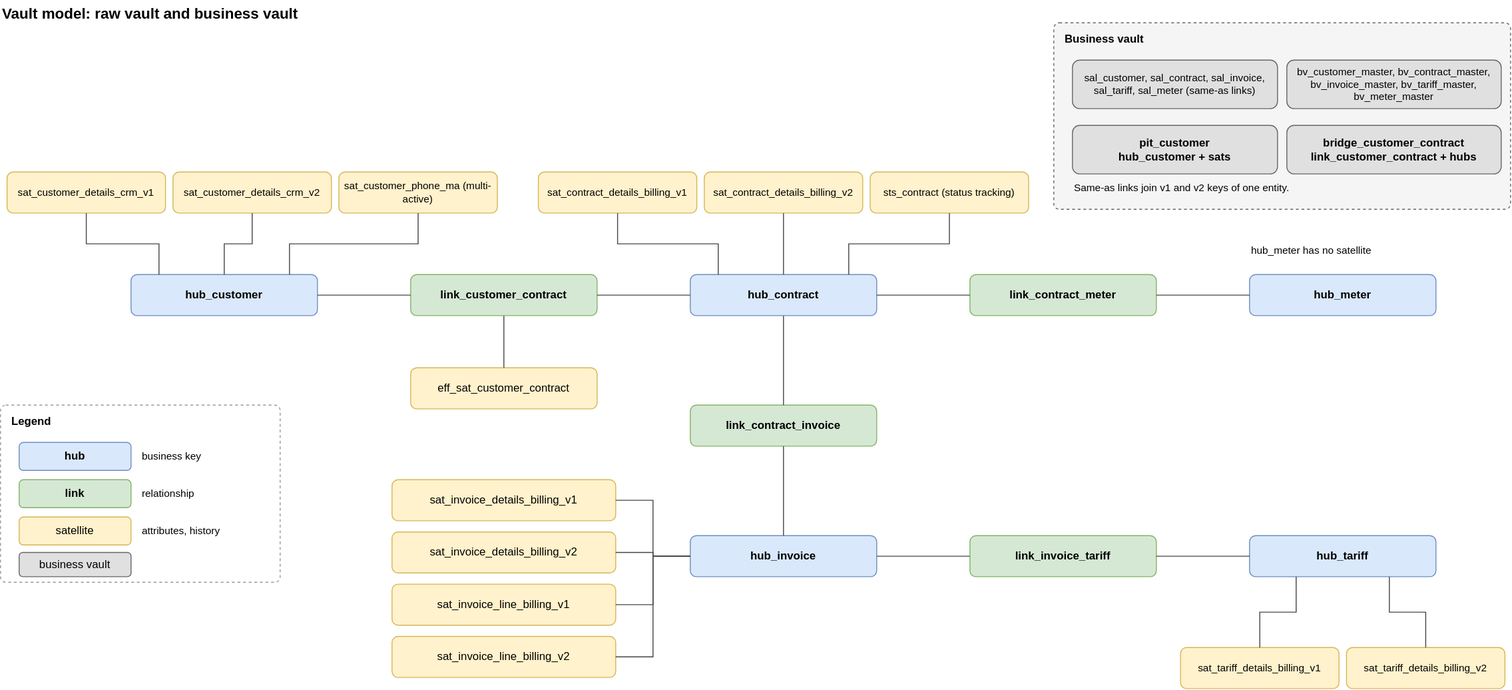
This is docs/architecture-vault-model.drawio.svg from aglivin/vault-lakehouse-migration, a draw.io export, as it was before one commit. Source tidied: cells renumbered, new cells last; positions are measured from the earlier drawing's top-left corner, leaving out a move shared by most shapes.
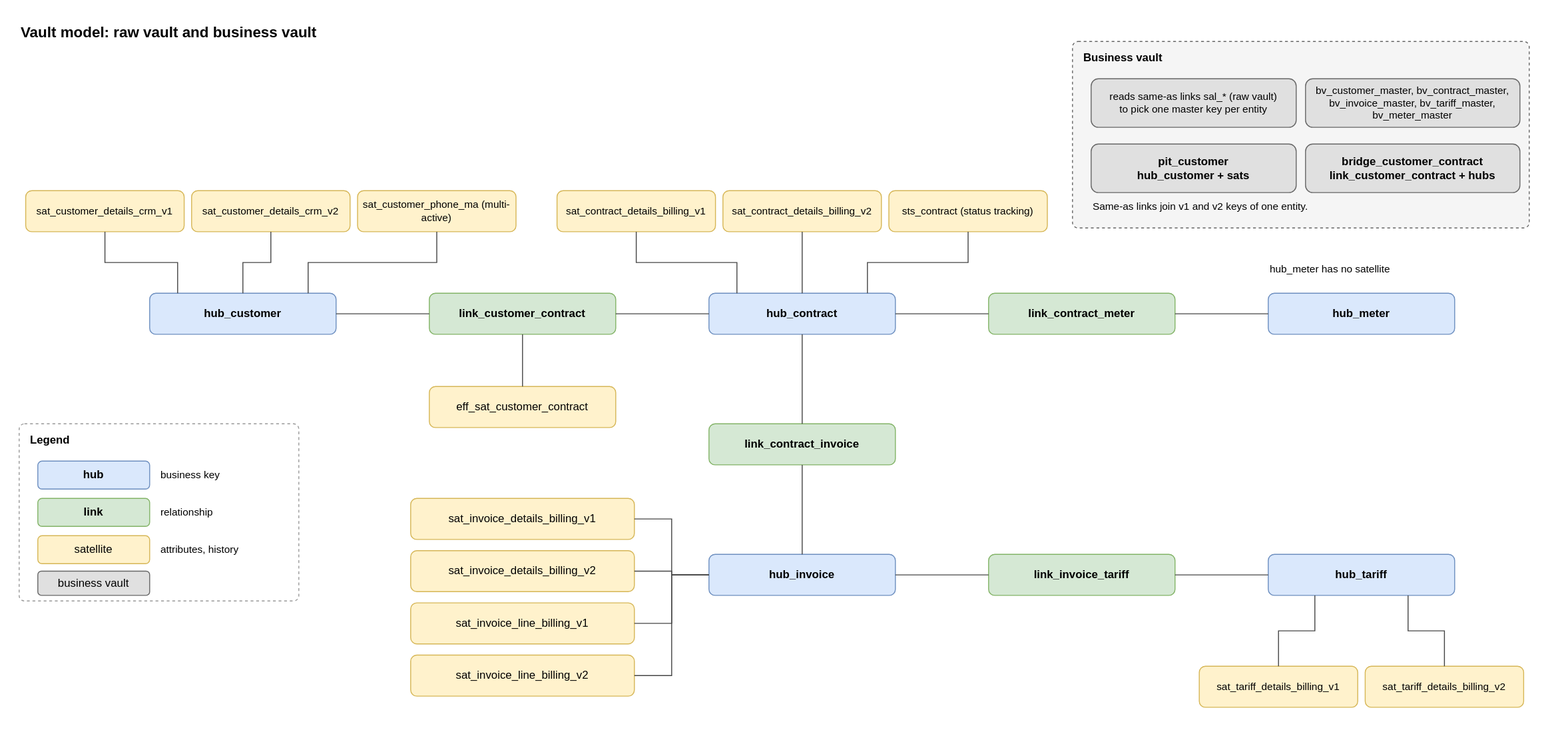
After the change.

Commit message:
docs: draw.io vault and timeline diagrams, two-row data flow

What changed in the source:
```diff
@@ -140,7 +140,7 @@
     <mxCell id="47" value="Business vault" style="rounded=1;whiteSpace=wrap;html=1;fontFamily=Helvetica;fontSize=12;fillColor=#f5f5f5;strokeColor=#666666;verticalAlign=top;align=left;spacingLeft=10;spacingTop=4;fontStyle=1;arcSize=3;dashed=1;" parent="1" vertex="1">
       <mxGeometry x="1130" y="24" width="490" height="200" as="geometry" />
     </mxCell>
-    <mxCell id="48" value="sal_customer, sal_contract, sal_invoice,&lt;br&gt;sal_tariff, sal_meter (same-as links)" style="rounded=1;whiteSpace=wrap;html=1;fontFamily=Helvetica;fontSize=12;fillColor=#e0e0e0;strokeColor=#666666;fontSize=11;" parent="1" vertex="1">
+    <mxCell id="48" value="reads same-as links sal_* (raw vault)&lt;br&gt;to pick one master key per entity" style="rounded=1;whiteSpace=wrap;html=1;fontFamily=Helvetica;fontSize=12;fillColor=#e0e0e0;strokeColor=#666666;fontSize=11;" parent="1" vertex="1">
       <mxGeometry x="1150" y="64" width="220" height="52" as="geometry" />
     </mxCell>
     <mxCell id="49" value="bv_customer_master, bv_contract_master,&lt;br&gt;bv_invoice_master, bv_tariff_master,&lt;br&gt;bv_meter_master" style="rounded=1;whiteSpace=wrap;html=1;fontFamily=Helvetica;fontSize=12;fillColor=#e0e0e0;strokeColor=#666666;fontSize=11;" parent="1" vertex="1">
```
